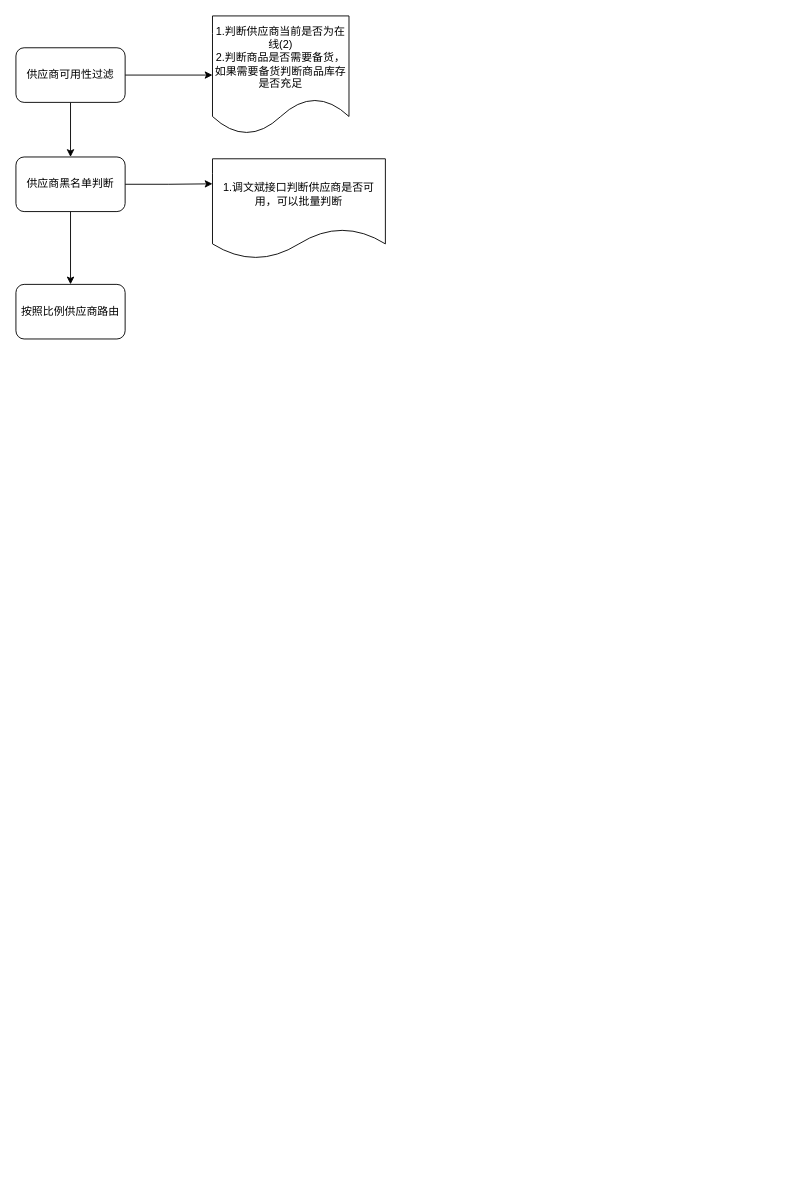
Before: 供应商路由.drawio in jichuanwang/learning, a draw.io diagram. Source tidied: cells renumbered, new cells numbered last; positions are measured from the earlier drawing's top-left corner, leaving out a move shared by most shapes. Both pictures are drawn from the tidied source at 91%, with x=0, y=0 at pixel (15, 15).
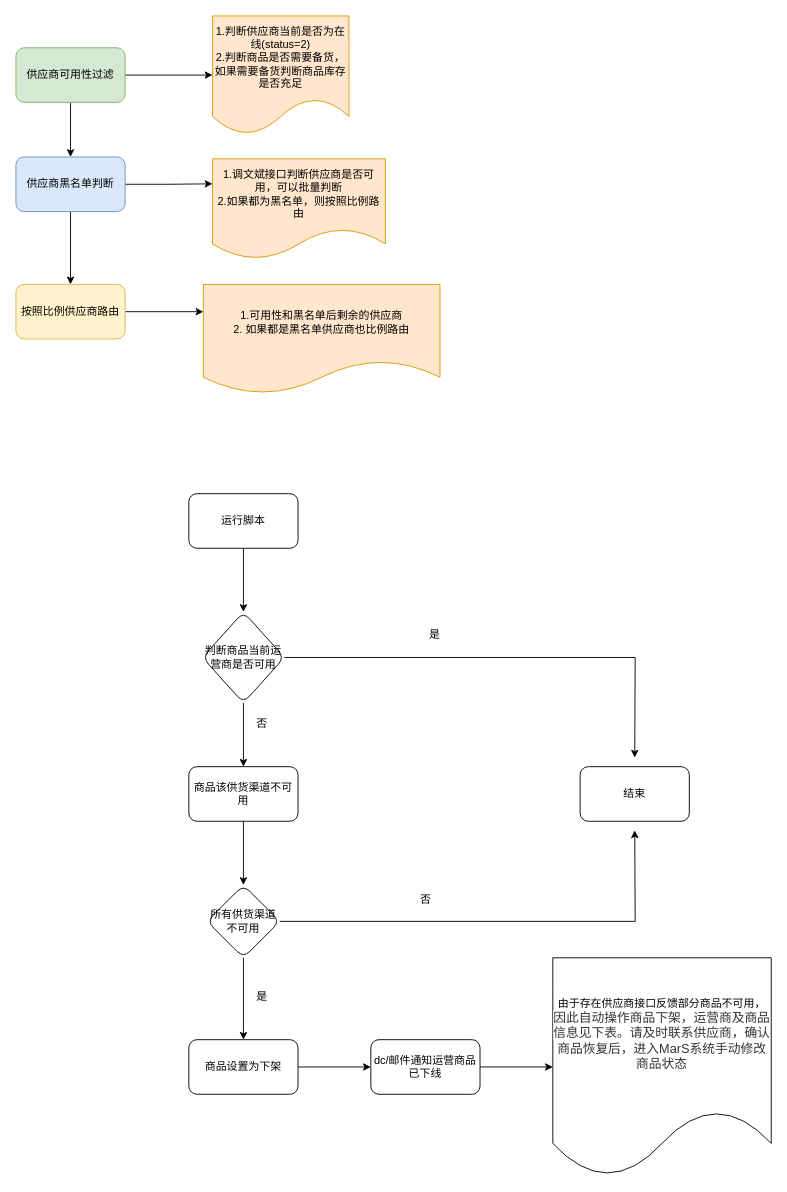
The same diagram, later.

Commit message:
更新供应商路由.drawio

Change to the diagram source:
```diff
@@
-    <mxCell id="4" value="供应商可用性过滤" style="rounded=1;whiteSpace=wrap;html=1;" parent="1" vertex="1">
+    <mxCell id="4" value="供应商可用性过滤" style="rounded=1;whiteSpace=wrap;html=1;fillColor=#d5e8d4;strokeColor=#82b366;" parent="1" vertex="1">
       <mxGeometry y="35" width="120" height="60" as="geometry" />
     </mxCell>
@@
-    <mxCell id="7" value="供应商黑名单判断" style="whiteSpace=wrap;html=1;rounded=1;" parent="1" vertex="1">
+    <mxCell id="7" value="供应商黑名单判断" style="whiteSpace=wrap;html=1;rounded=1;fillColor=#dae8fc;strokeColor=#6c8ebf;" parent="1" vertex="1">
       <mxGeometry y="155" width="120" height="60" as="geometry" />
     </mxCell>
-    <mxCell id="8" value="1.判断供应商当前是否为在线(2)&lt;br&gt;2.判断商品是否需要备货，如果需要备货判断商品库存是否充足" style="shape=document;whiteSpace=wrap;html=1;boundedLbl=1;" parent="1" vertex="1">
+    <mxCell id="8" value="1.判断供应商当前是否为在线(status=2)&lt;br&gt;2.判断商品是否需要备货，如果需要备货判断商品库存是否充足" style="shape=document;whiteSpace=wrap;html=1;boundedLbl=1;fillColor=#ffe6cc;strokeColor=#d79b00;" parent="1" vertex="1">
       <mxGeometry x="216" width="150" height="130" as="geometry" />
     </mxCell>
-    <mxCell id="9" value="1.调文斌接口判断供应商是否可用，可以批量判断" style="shape=document;whiteSpace=wrap;html=1;boundedLbl=1;" parent="1" vertex="1">
+    <mxCell id="9" value="1.调文斌接口判断供应商是否可用，可以批量判断&lt;br&gt;2.如果都为黑名单，则按照比例路由" style="shape=document;whiteSpace=wrap;html=1;boundedLbl=1;fillColor=#ffe6cc;strokeColor=#d79b00;" parent="1" vertex="1">
       <mxGeometry x="216" y="157" width="190" height="110" as="geometry" />
     </mxCell>
+    <mxCell id="11" style="edgeStyle=orthogonalEdgeStyle;rounded=0;jettySize=auto;html=1;entryX=0;entryY=0.25;entryDx=0;entryDy=0;" parent="1" edge="1" source="10" target="12">
+      <mxGeometry relative="1" as="geometry" />
+    </mxCell>
-    <mxCell id="10" value="按照比例供应商路由" style="whiteSpace=wrap;html=1;rounded=1;" parent="1" vertex="1">
+    <mxCell id="10" value="按照比例供应商路由" style="whiteSpace=wrap;html=1;rounded=1;fillColor=#fff2cc;strokeColor=#d6b656;" parent="1" vertex="1">
       <mxGeometry y="295" width="120" height="60" as="geometry" />
     </mxCell>
+    <mxCell id="12" value="1.可用性和黑名单后剩余的供应商&lt;br&gt;2. 如果都是黑名单供应商也比例路由" style="shape=document;whiteSpace=wrap;html=1;boundedLbl=1;fillColor=#ffe6cc;strokeColor=#d79b00;" parent="1" vertex="1">
+      <mxGeometry x="206" y="295" width="260" height="120" as="geometry" />
+    </mxCell>
+    <mxCell id="13" style="edgeStyle=orthogonalEdgeStyle;rounded=0;jettySize=auto;html=1;" parent="1" edge="1" source="14" target="17">
+      <mxGeometry relative="1" as="geometry" />
+    </mxCell>
+    <mxCell id="14" value="运行脚本" style="rounded=1;whiteSpace=wrap;html=1;" parent="1" vertex="1">
+      <mxGeometry x="190" y="525" width="120" height="60" as="geometry" />
+    </mxCell>
+    <mxCell id="15" style="edgeStyle=orthogonalEdgeStyle;rounded=0;jettySize=auto;html=1;" parent="1" edge="1" source="17" target="19">
+      <mxGeometry relative="1" as="geometry" />
+    </mxCell>
+    <mxCell id="16" style="edgeStyle=orthogonalEdgeStyle;rounded=0;jettySize=auto;html=1;" parent="1" edge="1" source="17">
+      <mxGeometry relative="1" as="geometry">
+        <mxPoint x="680" y="815" as="targetPoint" />
+      </mxGeometry>
+    </mxCell>
+    <mxCell id="17" value="判断商品当前运营商是否可用" style="rhombus;whiteSpace=wrap;html=1;rounded=1;" parent="1" vertex="1">
+      <mxGeometry x="205" y="655" width="90" height="100" as="geometry" />
+    </mxCell>
+    <mxCell id="18" style="edgeStyle=orthogonalEdgeStyle;rounded=0;jettySize=auto;html=1;" parent="1" edge="1" source="19" target="23">
+      <mxGeometry relative="1" as="geometry" />
+    </mxCell>
+    <mxCell id="19" value="商品该供货渠道不可用" style="whiteSpace=wrap;html=1;rounded=1;" parent="1" vertex="1">
+      <mxGeometry x="190" y="825" width="120" height="60" as="geometry" />
+    </mxCell>
+    <mxCell id="20" value="否" style="text;html=1;align=center;verticalAlign=middle;strokeColor=none;fillColor=none;" parent="1" vertex="1">
+      <mxGeometry x="250" y="763" width="40" height="30" as="geometry" />
+    </mxCell>
+    <mxCell id="21" style="edgeStyle=orthogonalEdgeStyle;rounded=0;jettySize=auto;html=1;" parent="1" edge="1" source="23" target="25">
+      <mxGeometry relative="1" as="geometry" />
+    </mxCell>
+    <mxCell id="22" style="edgeStyle=orthogonalEdgeStyle;rounded=0;jettySize=auto;html=1;" parent="1" edge="1" source="23">
+      <mxGeometry relative="1" as="geometry">
+        <mxPoint x="680" y="895" as="targetPoint" />
+      </mxGeometry>
+    </mxCell>
+    <mxCell id="23" value="所有供货渠道不可用" style="rhombus;whiteSpace=wrap;html=1;rounded=1;" parent="1" vertex="1">
+      <mxGeometry x="210" y="955" width="80" height="80" as="geometry" />
+    </mxCell>
+    <mxCell id="24" style="edgeStyle=orthogonalEdgeStyle;rounded=0;jettySize=auto;html=1;" parent="1" edge="1" source="25" target="27">
+      <mxGeometry relative="1" as="geometry" />
+    </mxCell>
+    <mxCell id="25" value="商品设置为下架" style="whiteSpace=wrap;html=1;rounded=1;" parent="1" vertex="1">
+      <mxGeometry x="190" y="1125" width="120" height="60" as="geometry" />
+    </mxCell>
+    <mxCell id="26" style="edgeStyle=orthogonalEdgeStyle;rounded=0;jettySize=auto;html=1;entryX=0;entryY=0.5;entryDx=0;entryDy=0;" parent="1" edge="1" source="27" target="28">
+      <mxGeometry relative="1" as="geometry" />
+    </mxCell>
+    <mxCell id="27" value="dc/邮件通知运营商品已下线" style="whiteSpace=wrap;html=1;rounded=1;" parent="1" vertex="1">
+      <mxGeometry x="390" y="1125" width="120" height="60" as="geometry" />
+    </mxCell>
+    <mxCell id="28" value="由于存在供应商接口反馈部分商品不可用，&lt;span style=&quot;color: rgb(51, 51, 51); font-family: Arial, sans-serif; font-size: 14px; text-align: left; background-color: rgb(255, 255, 255);&quot;&gt;因此自动操作商品下架，运营商及商品信息见下表。请及时联系供应商，确认商品恢复后，进入MarS系统手动修改商品状态&lt;/span&gt;" style="shape=document;whiteSpace=wrap;html=1;boundedLbl=1;" parent="1" vertex="1">
+      <mxGeometry x="590" y="1035" width="240" height="240" as="geometry" />
+    </mxCell>
+    <mxCell id="29" value="是" style="text;html=1;align=center;verticalAlign=middle;strokeColor=none;fillColor=none;" parent="1" vertex="1">
+      <mxGeometry x="250" y="1063" width="40" height="30" as="geometry" />
+    </mxCell>
+    <mxCell id="30" value="结束" style="rounded=1;whiteSpace=wrap;html=1;" parent="1" vertex="1">
+      <mxGeometry x="620" y="825" width="120" height="60" as="geometry" />
+    </mxCell>
+    <mxCell id="31" value="是" style="text;html=1;align=center;verticalAlign=middle;strokeColor=none;fillColor=none;" parent="1" vertex="1">
+      <mxGeometry x="440" y="665" width="40" height="30" as="geometry" />
+    </mxCell>
+    <mxCell id="32" value="否" style="text;html=1;align=center;verticalAlign=middle;strokeColor=none;fillColor=none;" parent="1" vertex="1">
+      <mxGeometry x="430" y="956" width="40" height="30" as="geometry" />
+    </mxCell>
```
